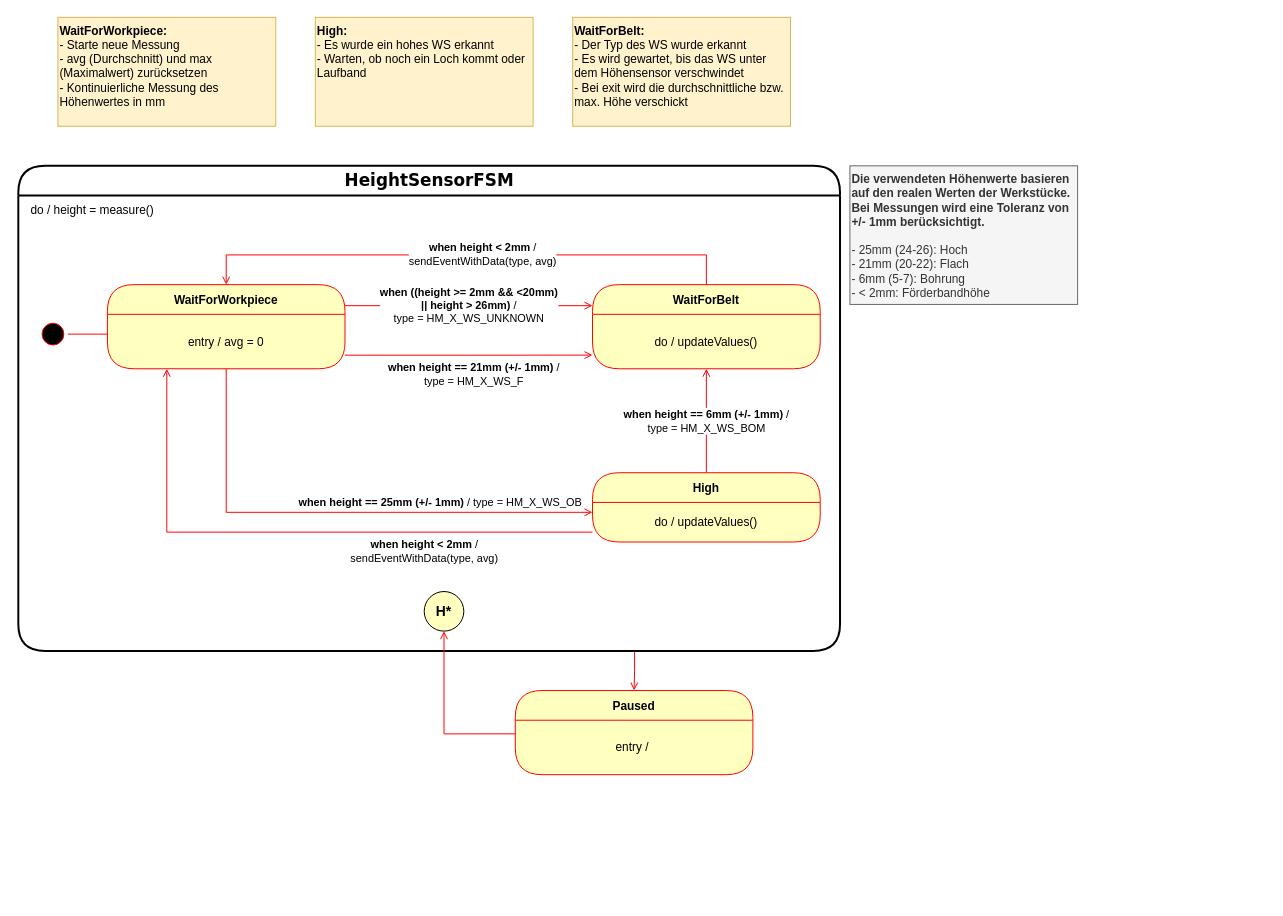
Above: page "height" (3 of 6) of docs/diagrams/fsm/state_machines.drawio in u2knwy/ESEP-2023SoSe-Team-2-1 (draw.io), before the change. Source tidied: cells renumbered, new cells numbered last; positions are measured from the earlier drawing's top-left corner, leaving out a move shared by most shapes. Both pictures are drawn from the tidied source at 99%, with x=0, y=0 at pixel (18, 17).
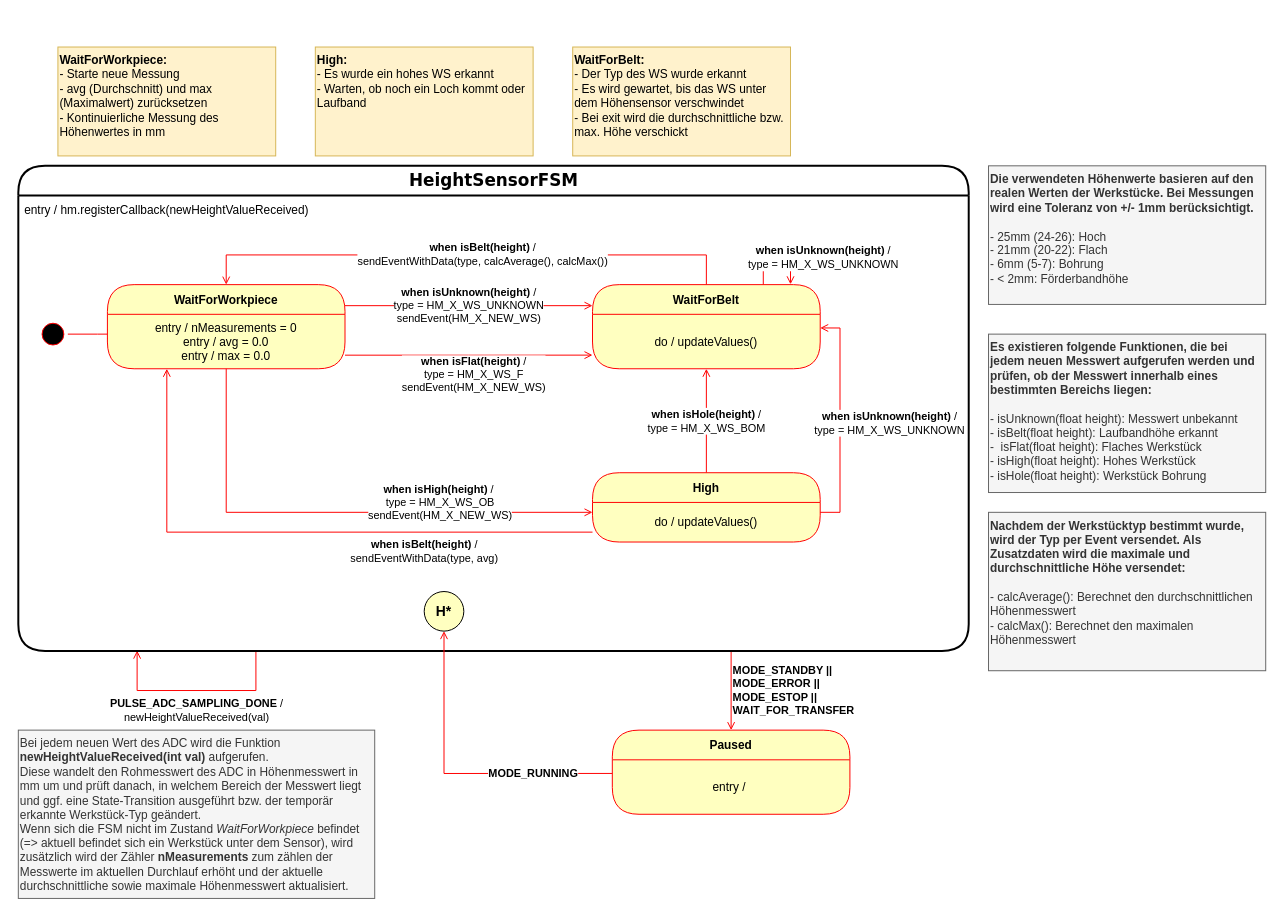
After the change.

Unchanged cells that the change refers to:
```xml
<mxCell id="7" value="WaitForWorkpiece" style="swimlane;fontStyle=1;align=center;verticalAlign=middle;horizontal=1;startSize=30;fontColor=#000000;rounded=1;arcSize=30;strokeColor=#ff0000;fillColor=#ffffc0;swimlaneFillColor=#ffffc0;" parent="1" vertex="1">
  <mxGeometry x="90" y="270" width="240" height="85" as="geometry" />
</mxCell>
<mxCell id="12" value="High" style="swimlane;fontStyle=1;align=center;verticalAlign=middle;horizontal=1;startSize=30;fontColor=#000000;rounded=1;arcSize=30;strokeColor=#ff0000;fillColor=#ffffc0;swimlaneFillColor=#ffffc0;" parent="1" vertex="1">
  <mxGeometry x="580" y="460" width="230" height="70" as="geometry" />
</mxCell>
<mxCell id="15" value="WaitForBelt" style="swimlane;fontStyle=1;align=center;verticalAlign=middle;horizontal=1;startSize=30;fontColor=#000000;rounded=1;arcSize=30;strokeColor=#ff0000;fillColor=#ffffc0;swimlaneFillColor=#ffffc0;" parent="1" vertex="1">
  <mxGeometry x="580" y="270" width="230" height="85" as="geometry" />
</mxCell>
<mxCell id="22" value="entry /&amp;nbsp;" style="text;html=1;strokeColor=none;fillColor=none;align=center;verticalAlign=middle;spacingLeft=4;spacingRight=4;whiteSpace=wrap;overflow=hidden;fontColor=#000000;" parent="21" vertex="1">
  <mxGeometry y="30" width="240" height="55" as="geometry" />
</mxCell>
<mxCell id="23" value="H*" style="ellipse;whiteSpace=wrap;html=1;rounded=1;fillColor=#FFFFC0;fontStyle=1;fontSize=14;" parent="1" vertex="1">
  <mxGeometry x="410" y="580" width="40" height="40" as="geometry" />
</mxCell>
<mxCell id="25" value="do / updateValues()" style="text;html=1;strokeColor=none;fillColor=none;align=center;verticalAlign=middle;spacingLeft=4;spacingRight=4;whiteSpace=wrap;overflow=hidden;fontColor=#000000;" parent="1" vertex="1">
  <mxGeometry x="580" y="300" width="230" height="55" as="geometry" />
</mxCell>
<mxCell id="26" value="do / updateValues()" style="text;html=1;strokeColor=none;fillColor=none;align=center;verticalAlign=middle;spacingLeft=4;spacingRight=4;whiteSpace=wrap;overflow=hidden;fontColor=#000000;" parent="1" vertex="1">
  <mxGeometry x="580" y="490" width="230" height="40" as="geometry" />
</mxCell>
```

The edit, as a diff of the source:
```diff
@@
-    <mxCell id="2" style="edgeStyle=orthogonalEdgeStyle;rounded=0;jettySize=auto;html=1;exitX=0.75;exitY=1;exitDx=0;exitDy=0;entryX=0.5;entryY=0;entryDx=0;entryDy=0;strokeColor=#FF0000;endArrow=open;endFill=0;" parent="1" edge="1" source="3" target="21">
+    <mxCell id="2" value="MODE_STANDBY || &lt;br&gt;MODE_ERROR || &lt;br&gt;MODE_ESTOP ||&lt;br&gt;WAIT_FOR_TRANSFER" style="edgeStyle=orthogonalEdgeStyle;rounded=0;jettySize=auto;html=1;exitX=0.75;exitY=1;exitDx=0;exitDy=0;entryX=0.5;entryY=0;entryDx=0;entryDy=0;strokeColor=#FF0000;endArrow=open;endFill=0;fontStyle=1;align=left;" parent="1" edge="1" source="3" target="21">
       <mxGeometry relative="1" as="geometry" />
     </mxCell>
+    <mxCell id="27" value="&lt;b&gt;PULSE_ADC_SAMPLING_DONE &lt;/b&gt;/&lt;br&gt;newHeightValueReceived(val)" style="edgeStyle=orthogonalEdgeStyle;rounded=0;jettySize=auto;html=1;exitX=0.25;exitY=1;exitDx=0;exitDy=0;strokeColor=#FF0000;endArrow=open;endFill=0;" parent="1" edge="1" source="3">
+      <mxGeometry y="20" relative="1" as="geometry">
+        <mxPoint x="120" y="639.7" as="targetPoint" />
+        <Array as="points">
+          <mxPoint x="240" y="680" />
+          <mxPoint x="120" y="680" />
+        </Array>
+      </mxGeometry>
+    </mxCell>
     <mxCell id="3" value="&lt;font face=&quot;Verdana&quot; style=&quot;font-size: 17px&quot;&gt;HeightSensorFSM&lt;/font&gt;" style="swimlane;html=1;fontStyle=1;align=center;verticalAlign=middle;horizontal=1;startSize=30;fontColor=#000000;rounded=1;arcSize=30;strokeColor=#000000;swimlaneFillColor=#FFFFFF;fillColor=#FFFFFF;strokeWidth=2;" parent="1" vertex="1">
-      <mxGeometry y="150" width="830" height="490" as="geometry" />
+      <mxGeometry y="150" width="960" height="490" as="geometry" />
     </mxCell>
@@
-    <mxCell id="6" value="&lt;b style=&quot;border-color: var(--border-color);&quot;&gt;when ((height &amp;gt;= 2mm &amp;amp;&amp;amp; &amp;lt;20mm)&lt;br style=&quot;border-color: var(--border-color);&quot;&gt;|| height &amp;gt; 26mm)&lt;/b&gt;&amp;nbsp;/&lt;br style=&quot;border-color: var(--border-color);&quot;&gt;type = HM_X_WS_UNKNOWN" style="edgeStyle=orthogonalEdgeStyle;rounded=0;jettySize=auto;html=1;exitX=1;exitY=0.25;exitDx=0;exitDy=0;entryX=0;entryY=0.25;entryDx=0;entryDy=0;strokeColor=#FF0000;endArrow=open;endFill=0;" parent="1" edge="1" source="7" target="15">
+    <mxCell id="6" value="&lt;b style=&quot;border-color: var(--border-color);&quot;&gt;when isUnknown(height)&lt;/b&gt;&amp;nbsp;/&lt;br style=&quot;border-color: var(--border-color);&quot;&gt;type = HM_X_WS_UNKNOWN&lt;br&gt;sendEvent(HM_X_NEW_WS)" style="edgeStyle=orthogonalEdgeStyle;rounded=0;jettySize=auto;html=1;exitX=1;exitY=0.25;exitDx=0;exitDy=0;entryX=0;entryY=0.25;entryDx=0;entryDy=0;strokeColor=#FF0000;endArrow=open;endFill=0;" parent="1" edge="1" source="7" target="15">
       <mxGeometry relative="1" as="geometry" />
     </mxCell>
@@
-    <mxCell id="8" value="entry / avg = 0" style="text;html=1;strokeColor=none;fillColor=none;align=center;verticalAlign=middle;spacingLeft=4;spacingRight=4;whiteSpace=wrap;overflow=hidden;fontColor=#000000;" parent="7" vertex="1">
+    <mxCell id="8" value="entry / nMeasurements = 0&lt;br&gt;entry / avg = 0.0&lt;br&gt;entry / max = 0.0" style="text;html=1;strokeColor=none;fillColor=none;align=center;verticalAlign=middle;spacingLeft=4;spacingRight=4;whiteSpace=wrap;overflow=hidden;fontColor=#000000;" parent="7" vertex="1">
       <mxGeometry y="30" width="240" height="55" as="geometry" />
     </mxCell>
-    <mxCell id="9" value="&lt;b&gt;when height &amp;lt; 2mm &lt;/b&gt;/&lt;br&gt;sendEventWithData(type, avg)" style="edgeStyle=orthogonalEdgeStyle;rounded=0;jettySize=auto;html=1;exitX=0.5;exitY=0;exitDx=0;exitDy=0;entryX=0.5;entryY=0;entryDx=0;entryDy=0;strokeColor=#FF0000;endArrow=open;endFill=0;" parent="1" edge="1" source="15" target="7">
+    <mxCell id="9" value="&lt;b&gt;when isBelt(height)&amp;nbsp;&lt;/b&gt;/&lt;br&gt;sendEventWithData(type, calcAverage(), calcMax())" style="edgeStyle=orthogonalEdgeStyle;rounded=0;jettySize=auto;html=1;exitX=0.5;exitY=0;exitDx=0;exitDy=0;entryX=0.5;entryY=0;entryDx=0;entryDy=0;strokeColor=#FF0000;endArrow=open;endFill=0;" parent="1" edge="1" source="15" target="7">
       <mxGeometry x="-0.06" relative="1" as="geometry">
         <Array as="points">
           <mxPoint x="695" y="240" />
           <mxPoint x="210" y="240" />
         </Array>
       </mxGeometry>
     </mxCell>
-    <mxCell id="10" value="&lt;b&gt;when height == 21mm (+/- 1mm)&lt;/b&gt; /&lt;br&gt;type = HM_X_WS_F" style="edgeStyle=orthogonalEdgeStyle;rounded=0;jettySize=auto;html=1;exitX=1;exitY=0.75;exitDx=0;exitDy=0;entryX=0;entryY=0.75;entryDx=0;entryDy=0;strokeColor=#FF0000;endArrow=open;endFill=0;" parent="1" edge="1" source="8">
+    <mxCell id="10" value="&lt;b&gt;when isFlat(height)&lt;/b&gt; /&lt;br&gt;type = HM_X_WS_F&lt;br&gt;sendEvent(HM_X_NEW_WS)" style="edgeStyle=orthogonalEdgeStyle;rounded=0;jettySize=auto;html=1;exitX=1;exitY=0.75;exitDx=0;exitDy=0;entryX=0;entryY=0.75;entryDx=0;entryDy=0;strokeColor=#FF0000;endArrow=open;endFill=0;" parent="1" edge="1" source="8">
       <mxGeometry x="0.04" y="-19" relative="1" as="geometry">
         <mxPoint x="580" y="341.2" as="targetPoint" />
       </mxGeometry>
     </mxCell>
-    <mxCell id="11" value="&lt;b&gt;when height == 6mm (+/- 1mm)&lt;/b&gt; /&lt;br&gt;type = HM_X_WS_BOM" style="edgeStyle=orthogonalEdgeStyle;rounded=0;jettySize=auto;html=1;exitX=0.5;exitY=0;exitDx=0;exitDy=0;entryX=0.5;entryY=1;entryDx=0;entryDy=0;strokeColor=#FF0000;endArrow=open;endFill=0;" parent="1" edge="1" source="12">
+    <mxCell id="11" value="&lt;b&gt;when isHole(height)&lt;/b&gt;&amp;nbsp;/&lt;br&gt;type = HM_X_WS_BOM" style="edgeStyle=orthogonalEdgeStyle;rounded=0;jettySize=auto;html=1;exitX=0.5;exitY=0;exitDx=0;exitDy=0;entryX=0.5;entryY=1;entryDx=0;entryDy=0;strokeColor=#FF0000;endArrow=open;endFill=0;" parent="1" edge="1" source="12">
       <mxGeometry relative="1" as="geometry">
         <mxPoint x="695" y="355" as="targetPoint" />
       </mxGeometry>
     </mxCell>
@@
-    <mxCell id="13" value="&lt;b&gt;when height == 25mm (+/- 1mm)&lt;/b&gt; /&amp;nbsp;type = HM_X_WS_OB" style="edgeStyle=orthogonalEdgeStyle;rounded=0;jettySize=auto;html=1;exitX=0.5;exitY=1;exitDx=0;exitDy=0;entryX=0;entryY=0.25;entryDx=0;entryDy=0;strokeColor=#FF0000;endArrow=open;endFill=0;" parent="1" edge="1" source="8">
+    <mxCell id="13" value="&lt;b&gt;when isHigh(height)&lt;/b&gt;&amp;nbsp;/&amp;nbsp;&lt;br&gt;type = HM_X_WS_OB&lt;br&gt;sendEvent(HM_X_NEW_WS)" style="edgeStyle=orthogonalEdgeStyle;rounded=0;jettySize=auto;html=1;exitX=0.5;exitY=1;exitDx=0;exitDy=0;entryX=0;entryY=0.25;entryDx=0;entryDy=0;strokeColor=#FF0000;endArrow=open;endFill=0;" parent="1" edge="1" source="8">
       <mxGeometry x="0.4" y="10" relative="1" as="geometry">
         <mxPoint x="580" y="500" as="targetPoint" />
         <Array as="points">
           <mxPoint x="210" y="500" />
         </Array>
       </mxGeometry>
     </mxCell>
-    <mxCell id="14" value="&lt;b style=&quot;border-color: var(--border-color);&quot;&gt;when height &amp;lt; 2mm&amp;nbsp;&lt;/b&gt;/&lt;br style=&quot;border-color: var(--border-color);&quot;&gt;sendEventWithData(type, avg)" style="edgeStyle=orthogonalEdgeStyle;rounded=0;jettySize=auto;html=1;exitX=0;exitY=0.75;exitDx=0;exitDy=0;entryX=0.25;entryY=1;entryDx=0;entryDy=0;strokeColor=#FF0000;endArrow=open;endFill=0;" parent="1" edge="1" target="8">
+    <mxCell id="14" value="&lt;b style=&quot;border-color: var(--border-color);&quot;&gt;when isBelt(height)&amp;nbsp;&lt;/b&gt;/&lt;br style=&quot;border-color: var(--border-color);&quot;&gt;sendEventWithData(type, avg)" style="edgeStyle=orthogonalEdgeStyle;rounded=0;jettySize=auto;html=1;exitX=0;exitY=0.75;exitDx=0;exitDy=0;entryX=0.25;entryY=1;entryDx=0;entryDy=0;strokeColor=#FF0000;endArrow=open;endFill=0;" parent="1" edge="1" target="8">
       <mxGeometry x="-0.43" y="20" relative="1" as="geometry">
         <mxPoint x="580" y="520" as="sourcePoint" />
         <Array as="points">
           <mxPoint x="150" y="520" />
         </Array>
       </mxGeometry>
     </mxCell>
+    <mxCell id="28" value="&lt;b style=&quot;border-color: var(--border-color);&quot;&gt;when isUnknown(height)&lt;/b&gt;&amp;nbsp;/&lt;br style=&quot;border-color: var(--border-color);&quot;&gt;type = HM_X_WS_UNKNOWN" style="edgeStyle=orthogonalEdgeStyle;rounded=0;jettySize=auto;html=1;exitX=0.75;exitY=0;exitDx=0;exitDy=0;strokeColor=#FF0000;endArrow=open;endFill=0;" parent="1" edge="1" source="15">
+      <mxGeometry x="0.32" y="22" relative="1" as="geometry">
+        <mxPoint x="780" y="269.7" as="targetPoint" />
+        <Array as="points">
+          <mxPoint x="753" y="240" />
+          <mxPoint x="780" y="240" />
+        </Array>
+        <mxPoint x="11" y="2" as="offset" />
+      </mxGeometry>
+    </mxCell>
@@
     <mxCell id="16" value="&lt;b&gt;WaitForWorkpiece:&lt;/b&gt;&lt;br&gt;- Starte neue Messung&lt;br&gt;- avg (Durchschnitt) und max (Maximalwert) zurücksetzen&lt;br&gt;- Kontinuierliche Messung des Höhenwertes in mm" style="text;html=1;strokeColor=#d6b656;fillColor=#fff2cc;align=left;verticalAlign=top;whiteSpace=wrap;rounded=0;" parent="1" vertex="1">
-      <mxGeometry x="40" width="220" height="110" as="geometry" />
+      <mxGeometry x="40" y="30" width="220" height="110" as="geometry" />
     </mxCell>
     <mxCell id="17" value="&lt;b&gt;High:&lt;br&gt;&lt;/b&gt;- Es wurde ein hohes WS erkannt&lt;br&gt;- Warten, ob noch ein Loch kommt oder Laufband" style="text;html=1;strokeColor=#d6b656;fillColor=#fff2cc;align=left;verticalAlign=top;whiteSpace=wrap;rounded=0;" parent="1" vertex="1">
-      <mxGeometry x="300" width="220" height="110" as="geometry" />
+      <mxGeometry x="300" y="30" width="220" height="110" as="geometry" />
     </mxCell>
     <mxCell id="18" value="&lt;b&gt;WaitForBelt:&lt;br&gt;&lt;/b&gt;- Der Typ des WS wurde erkannt&lt;br&gt;- Es wird gewartet, bis das WS unter dem Höhensensor verschwindet&lt;br&gt;- Bei exit wird die durchschnittliche bzw. max. Höhe verschickt" style="text;html=1;strokeColor=#d6b656;fillColor=#fff2cc;align=left;verticalAlign=top;whiteSpace=wrap;rounded=0;" parent="1" vertex="1">
-      <mxGeometry x="560" width="220" height="110" as="geometry" />
+      <mxGeometry x="560" y="30" width="220" height="110" as="geometry" />
     </mxCell>
-    <mxCell id="19" value="do / height = measure()" style="text;html=1;strokeColor=none;fillColor=none;align=center;verticalAlign=middle;whiteSpace=wrap;rounded=0;" parent="1" vertex="1">
-      <mxGeometry y="180" width="150" height="30" as="geometry" />
+    <mxCell id="19" value="entry / hm.registerCallback(newHeightValueReceived)" style="text;html=1;strokeColor=none;fillColor=none;align=center;verticalAlign=middle;whiteSpace=wrap;rounded=0;" parent="1" vertex="1">
+      <mxGeometry y="180" width="300" height="30" as="geometry" />
     </mxCell>
     <mxCell id="20" value="&lt;b&gt;Die verwendeten Höhenwerte basieren auf den realen Werten der Werkstücke. Bei Messungen wird eine Toleranz von +/- 1mm berücksichtigt.&lt;br&gt;&lt;/b&gt;&lt;br&gt;- 25mm (24-26): Hoch&lt;br&gt;- 21mm (20-22): Flach&lt;br&gt;- 6mm (5-7): Bohrung&lt;br&gt;- &amp;lt; 2mm: Förderbandhöhe" style="text;html=1;strokeColor=#666666;fillColor=#f5f5f5;align=left;verticalAlign=top;whiteSpace=wrap;rounded=0;fontColor=#333333;" parent="1" vertex="1">
-      <mxGeometry x="840" y="150" width="230" height="140" as="geometry" />
+      <mxGeometry x="980" y="150" width="280" height="140" as="geometry" />
     </mxCell>
     <mxCell id="21" value="Paused" style="swimlane;fontStyle=1;align=center;verticalAlign=middle;horizontal=1;startSize=30;fontColor=#000000;rounded=1;arcSize=30;strokeColor=#ff0000;fillColor=#ffffc0;swimlaneFillColor=#ffffc0;" parent="1" vertex="1">
-      <mxGeometry x="502" y="680" width="240" height="85" as="geometry" />
+      <mxGeometry x="600" y="720" width="240" height="85" as="geometry" />
     </mxCell>
@@
-    <mxCell id="24" style="edgeStyle=orthogonalEdgeStyle;rounded=0;jettySize=auto;html=1;exitX=0;exitY=0.25;exitDx=0;exitDy=0;entryX=0.5;entryY=1;entryDx=0;entryDy=0;strokeColor=#FF0000;endArrow=open;endFill=0;" parent="1" edge="1" source="22" target="23">
-      <mxGeometry relative="1" as="geometry" />
+    <mxCell id="24" value="MODE_RUNNING" style="edgeStyle=orthogonalEdgeStyle;rounded=0;jettySize=auto;html=1;exitX=0;exitY=0.25;exitDx=0;exitDy=0;entryX=0.5;entryY=1;entryDx=0;entryDy=0;strokeColor=#FF0000;endArrow=open;endFill=0;fontStyle=1;" parent="1" edge="1" source="22" target="23">
+      <mxGeometry x="-0.49" relative="1" as="geometry" />
     </mxCell>
@@
+    <mxCell id="29" value="&lt;b style=&quot;border-color: var(--border-color);&quot;&gt;when isUnknown(height)&lt;/b&gt;&amp;nbsp;/&lt;br style=&quot;border-color: var(--border-color);&quot;&gt;type = HM_X_WS_UNKNOWN" style="edgeStyle=orthogonalEdgeStyle;rounded=0;jettySize=auto;html=1;exitX=1;exitY=0.25;exitDx=0;exitDy=0;entryX=1;entryY=0.25;entryDx=0;entryDy=0;strokeColor=#FF0000;endArrow=open;endFill=0;" parent="1" edge="1" source="26" target="25">
+      <mxGeometry x="-0.03" y="-50" relative="1" as="geometry" />
+    </mxCell>
@@
+    <mxCell id="30" value="&lt;b&gt;Es existieren folgende Funktionen, die bei jedem neuen Messwert aufgerufen werden und prüfen, ob der Messwert innerhalb eines bestimmten Bereichs liegen:&lt;br&gt;&lt;/b&gt;&lt;br&gt;- isUnknown(float height): Messwert unbekannt&lt;br&gt;- isBelt(float height): Laufbandhöhe erkannt&lt;br&gt;-&amp;nbsp; isFlat(float height): Flaches Werkstück&lt;br&gt;- isHigh(float height): Hohes Werkstück&lt;br&gt;- isHole(float height): Werkstück Bohrung" style="text;html=1;strokeColor=#666666;fillColor=#f5f5f5;align=left;verticalAlign=top;whiteSpace=wrap;rounded=0;fontColor=#333333;" parent="1" vertex="1">
+      <mxGeometry x="980" y="320" width="280" height="160" as="geometry" />
+    </mxCell>
+    <mxCell id="31" value="&lt;b&gt;Nachdem der Werkstücktyp bestimmt wurde, wird der Typ per Event versendet. Als Zusatzdaten wird die maximale und durchschnittliche Höhe versendet:&lt;br&gt;&lt;/b&gt;&lt;br&gt;- calcAverage(): Berechnet den durchschnittlichen Höhenmesswert&lt;br&gt;- calcMax(): Berechnet den maximalen Höhenmesswert" style="text;html=1;strokeColor=#666666;fillColor=#f5f5f5;align=left;verticalAlign=top;whiteSpace=wrap;rounded=0;fontColor=#333333;" parent="1" vertex="1">
+      <mxGeometry x="980" y="500" width="280" height="160" as="geometry" />
+    </mxCell>
+    <mxCell id="32" value="Bei jedem neuen Wert des ADC wird die Funktion &lt;b&gt;newHeightValueReceived(int val)&lt;/b&gt; aufgerufen. &lt;br&gt;Diese wandelt den Rohmesswert des ADC in Höhenmesswert in mm um und prüft danach, in welchem Bereich der Messwert liegt und ggf. eine State-Transition ausgeführt bzw. der temporär erkannte Werkstück-Typ geändert.&lt;br&gt;Wenn sich die FSM nicht im Zustand &lt;i&gt;WaitForWorkpiece&lt;/i&gt; befindet&amp;nbsp;&lt;br&gt;(=&amp;gt; aktuell befindet sich ein Werkstück unter dem Sensor), wird zusätzlich wird der Zähler &lt;b&gt;nMeasurements&lt;/b&gt; zum zählen der Messwerte im aktuellen Durchlauf erhöht und der aktuelle durchschnittliche sowie maximale Höhenmesswert aktualisiert." style="text;html=1;strokeColor=#666666;fillColor=#f5f5f5;align=left;verticalAlign=top;whiteSpace=wrap;rounded=0;fontColor=#333333;" parent="1" vertex="1">
+      <mxGeometry y="720" width="360" height="170" as="geometry" />
+    </mxCell>
```
